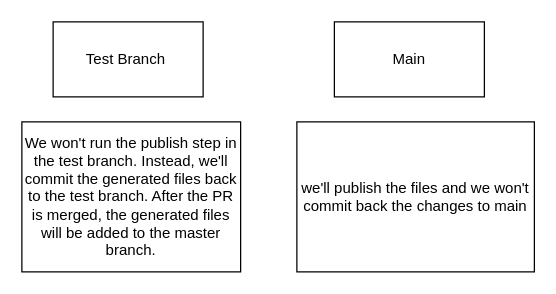
This is page "Page-14" (13 of 13) of Untitled Diagram.drawio from sreelakshmilingamgunta/Azure-Devops, a draw.io file, before an edit. Source tidied: cells renumbered, new cells numbered last; positions are measured from the earlier drawing's top-left corner, leaving out a move shared by most shapes. Both pictures are drawn from the tidied source at 125%, with x=0, y=0 at pixel (21, 21).
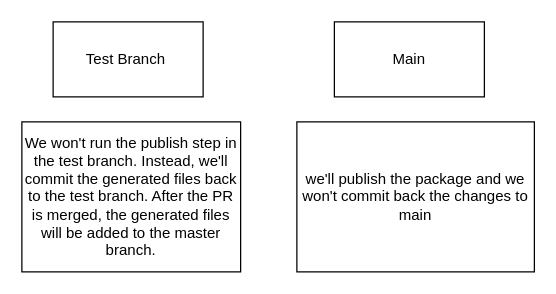
The same diagram, later.

What changed in the source:
```diff
@@
 <mxGraphModel>
   <root>
     <mxCell id="0" />
     <mxCell id="1" parent="0" />
     <mxCell id="2" value="Test Branch&amp;nbsp;" style="rounded=0;whiteSpace=wrap;html=1;" parent="1" vertex="1">
       <mxGeometry x="25" width="120" height="60" as="geometry" />
     </mxCell>
     <mxCell id="3" value="We won't run the publish step in the test branch. Instead, we'll commit the generated files back to the test branch. After the PR is merged, the generated files will be added to the master branch." style="rounded=0;whiteSpace=wrap;html=1;" parent="1" vertex="1">
       <mxGeometry y="80" width="175" height="120" as="geometry" />
     </mxCell>
-    <mxCell id="4" value="we'll publish the files and we won't commit back the changes to main" style="rounded=0;whiteSpace=wrap;html=1;" parent="1" vertex="1">
+    <mxCell id="4" value="we'll publish the package and we won't commit back the changes to main" style="rounded=0;whiteSpace=wrap;html=1;" parent="1" vertex="1">
       <mxGeometry x="220" y="80" width="190" height="120" as="geometry" />
     </mxCell>
     <mxCell id="5" value="Main" style="rounded=0;whiteSpace=wrap;html=1;" parent="1" vertex="1">
       <mxGeometry x="250" width="120" height="60" as="geometry" />
     </mxCell>
   </root>
 </mxGraphModel>
```
